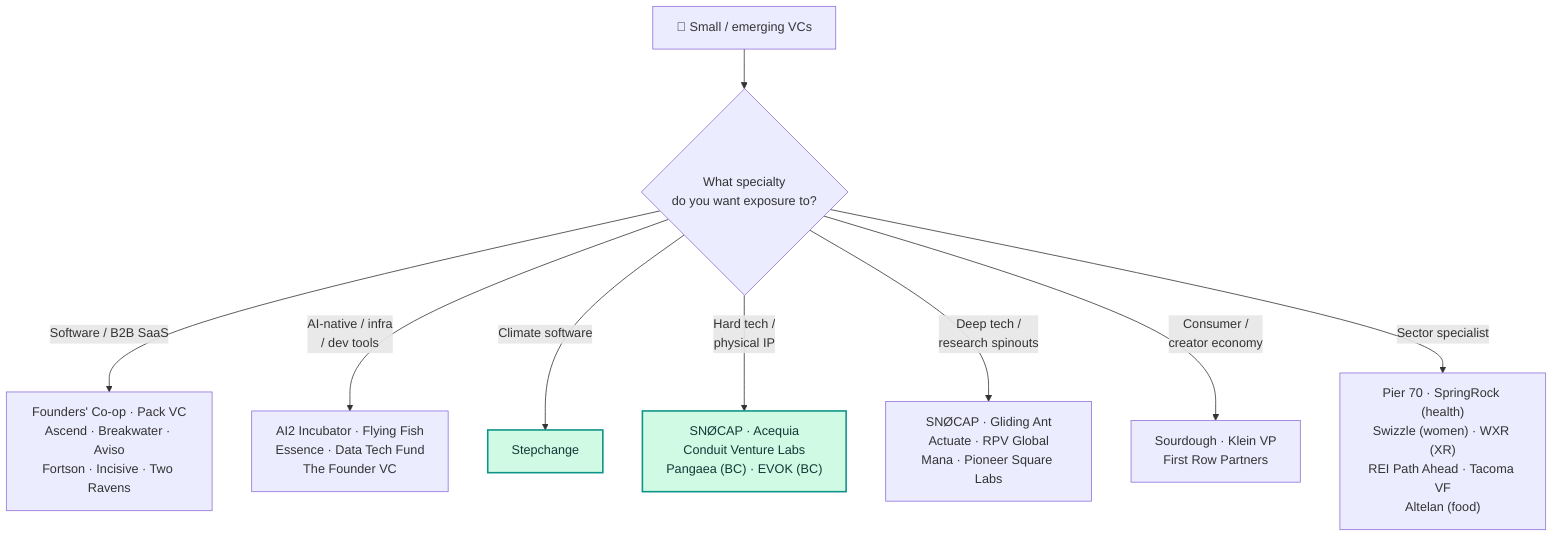
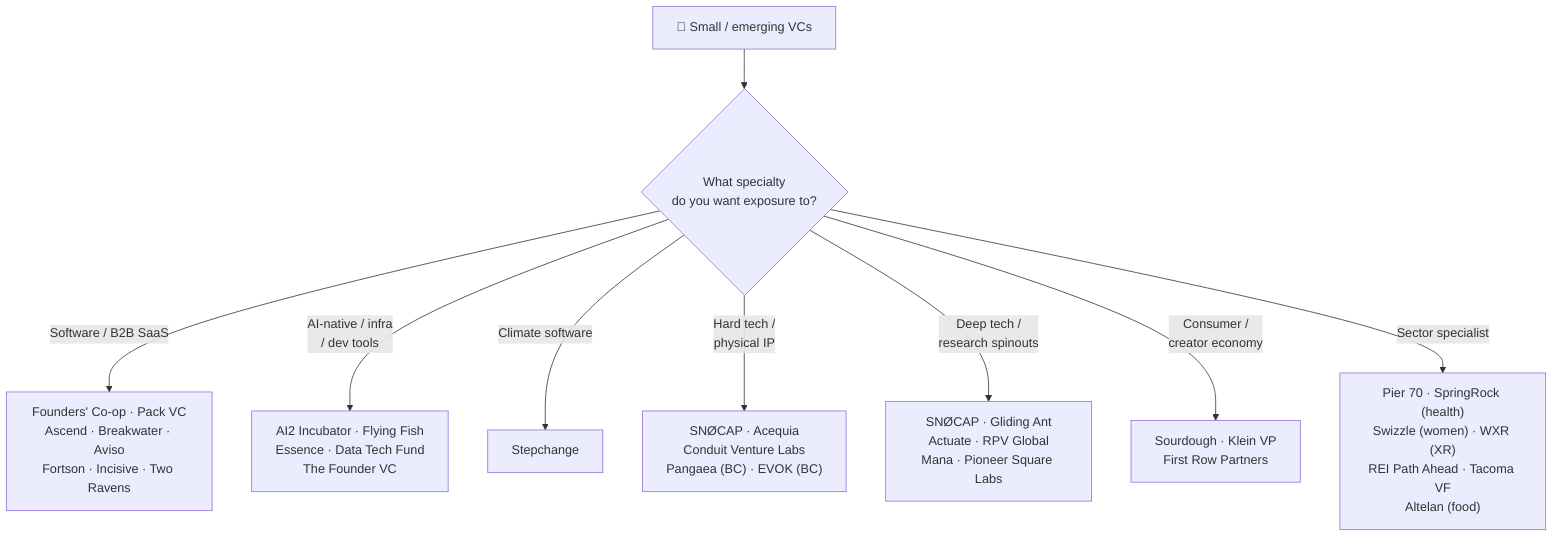
flowchart TD
    S1["🌱 Small / emerging VCs"] --> SQ{"What specialty<br/>do you want exposure to?"}
    SQ -->|"Software / B2B SaaS"| SA["Founders' Co-op · Pack VC<br/>Ascend · Breakwater · Aviso<br/>Fortson · Incisive · Two Ravens"]
    SQ -->|"AI-native / infra<br/>/ dev tools"| SB["AI2 Incubator · Flying Fish<br/>Essence · Data Tech Fund<br/>The Founder VC"]
    SQ -->|"Climate software"| SC["Stepchange"]
    SQ -->|"Hard tech /<br/>physical IP"| SD["SNØCAP · Acequia<br/>Conduit Venture Labs<br/>Pangaea (BC) · EVOK (BC)"]
    SQ -->|"Deep tech /<br/>research spinouts"| SE["SNØCAP · Gliding Ant<br/>Actuate · RPV Global<br/>Mana · Pioneer Square Labs"]
    SQ -->|"Consumer /<br/>creator economy"| SF["Sourdough · Klein VP<br/>First Row Partners"]
    SQ -->|"Sector specialist"| SG["Pier 70 · SpringRock (health)<br/>Swizzle (women) · WXR (XR)<br/>REI Path Ahead · Tacoma VF<br/>Altelan (food)"]
- 
-     classDef climate fill:#d1fae5,stroke:#0d9488,stroke-width:2px,color:#0f3a36
-     class SC,SD climate
